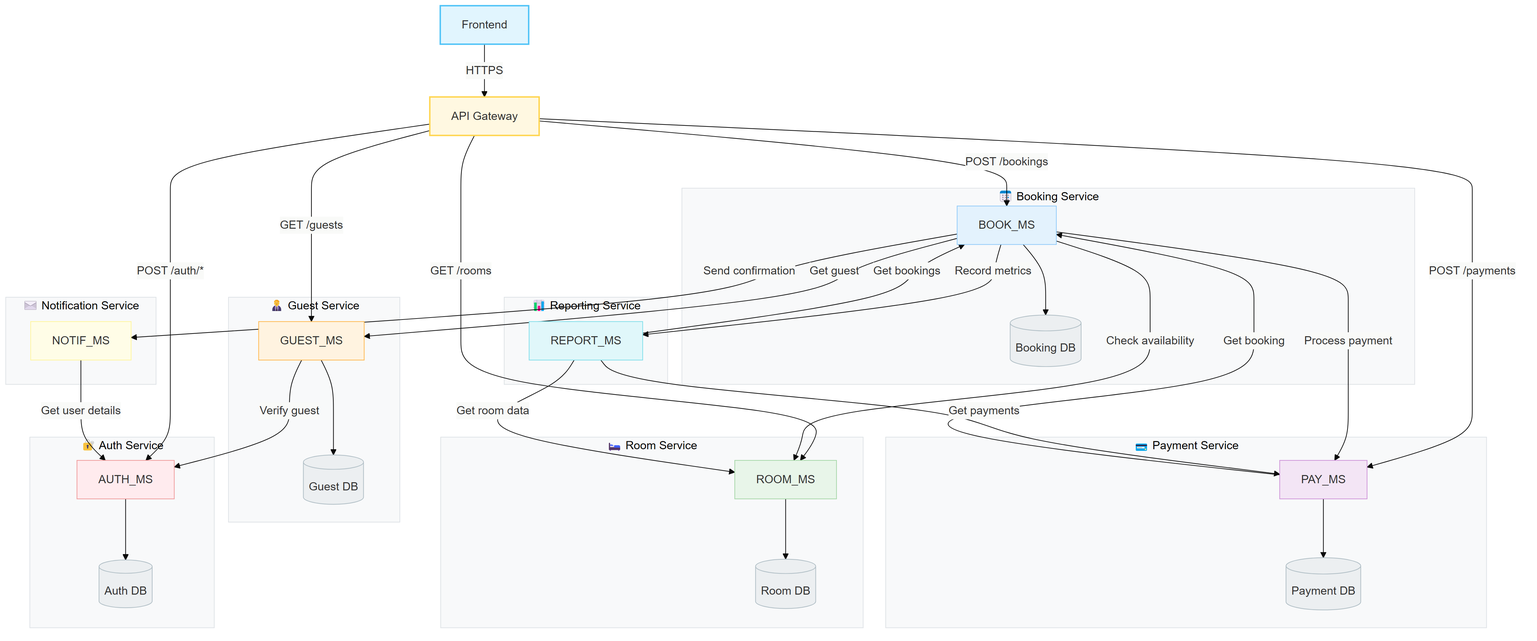
Earlier version of the Mermaid export documentation/diagrams/architecture/architecture.png (up220672/innaly). Its source is kept beside it as documentation/diagrams/architecture/architecture.mmd.
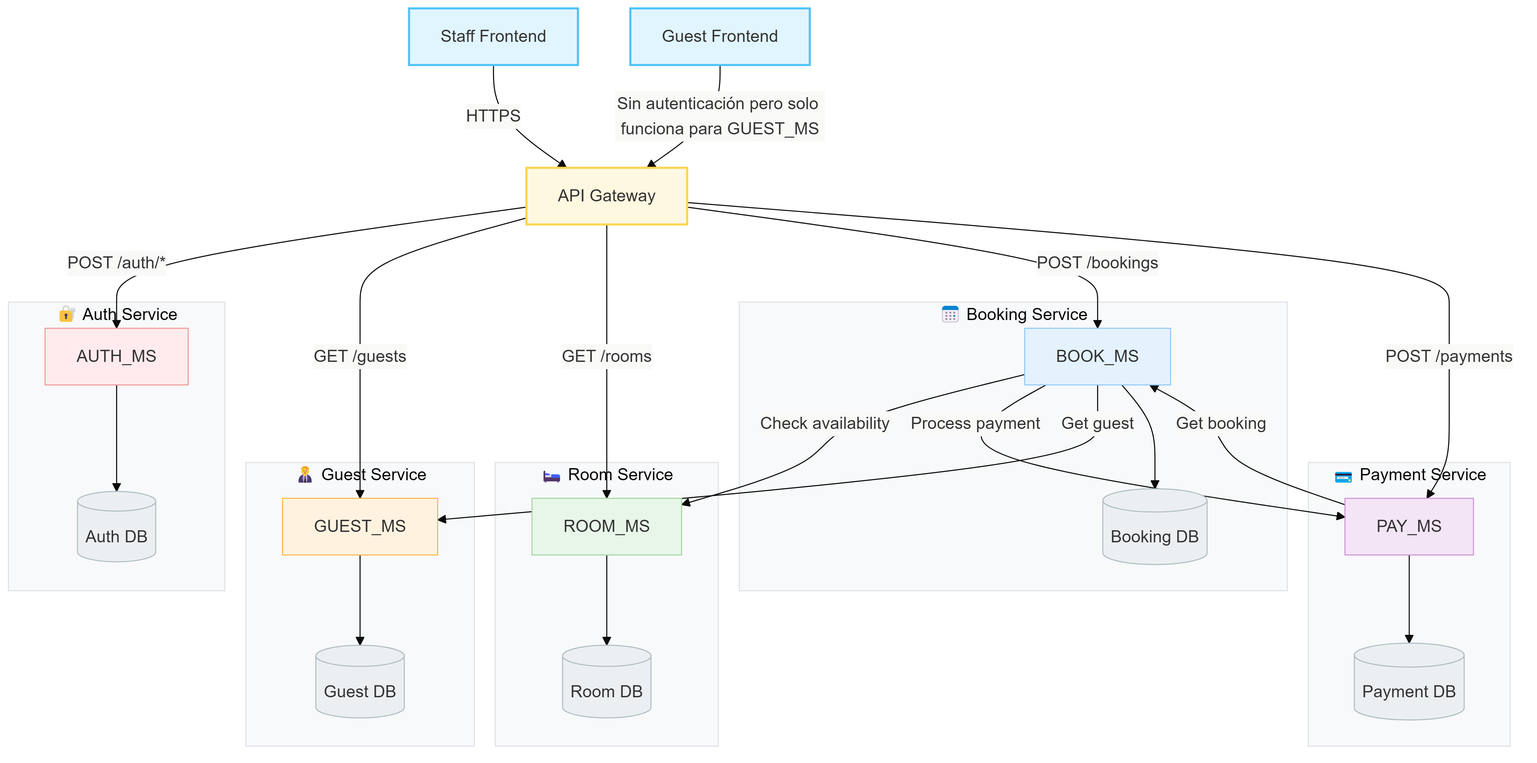
After the commit.

Commit message:
fix: remove unused notification and reporting services from architecture diagram

Change to the diagram source:
```diff
@@ -13,12 +13,11 @@
     classDef room fill:#E8F5E9,stroke:#A5D6A7
     classDef booking fill:#E3F2FD,stroke:#90CAF9
     classDef payment fill:#F3E5F5,stroke:#CE93D8
-    classDef notification fill:#FFFDE7,stroke:#FFF59D
-    classDef reporting fill:#E0F7FA,stroke:#80DEEA
     classDef guest fill:#FFF3E0,stroke:#FFB74D
     classDef db fill:#ECEFF1,stroke:#B0BEC5
 
-    USER[Frontend]:::user
+    STAFF_UI[Staff Frontend]:::user
+    GUEST_UI[Guest Frontend]:::user
     GW[API Gateway]:::gateway
 
     subgraph Auth["🔐 Auth Service"]
@@ -46,15 +45,8 @@
         PAY_DB[("Payment DB")]:::db
     end
 
-    subgraph Notification["✉️ Notification Service"]
-        NOTIF_MS:::notification
-    end
-
-    subgraph Reporting["📊 Reporting Service"]
-        REPORT_MS:::reporting
-    end
-
-    USER -->|HTTPS| GW
+    STAFF_UI -->|HTTPS| GW
+    GUEST_UI -->|Sin autenticación pero solo funciona para GUEST_MS| GW
 
     GW -->|POST /auth/*| AUTH_MS
     GW -->|GET /guests| GUEST_MS
@@ -64,19 +56,10 @@
 
     BOOK_MS -->|Check availability| ROOM_MS
     BOOK_MS -->|Process payment| PAY_MS
-    BOOK_MS -->|Send confirmation| NOTIF_MS
-    BOOK_MS -->|Record metrics| REPORT_MS
     BOOK_MS -->|Get guest| GUEST_MS
 
-    GUEST_MS -->|Verify guest| AUTH_MS
 
     PAY_MS -->|Get booking| BOOK_MS
-
-    REPORT_MS -->|Get bookings| BOOK_MS
-    REPORT_MS -->|Get room data| ROOM_MS
-    REPORT_MS -->|Get payments| PAY_MS
-
-    NOTIF_MS -->|Get user details| AUTH_MS
 
     AUTH_MS --> AUTH_DB
     GUEST_MS --> GUEST_DB
```
